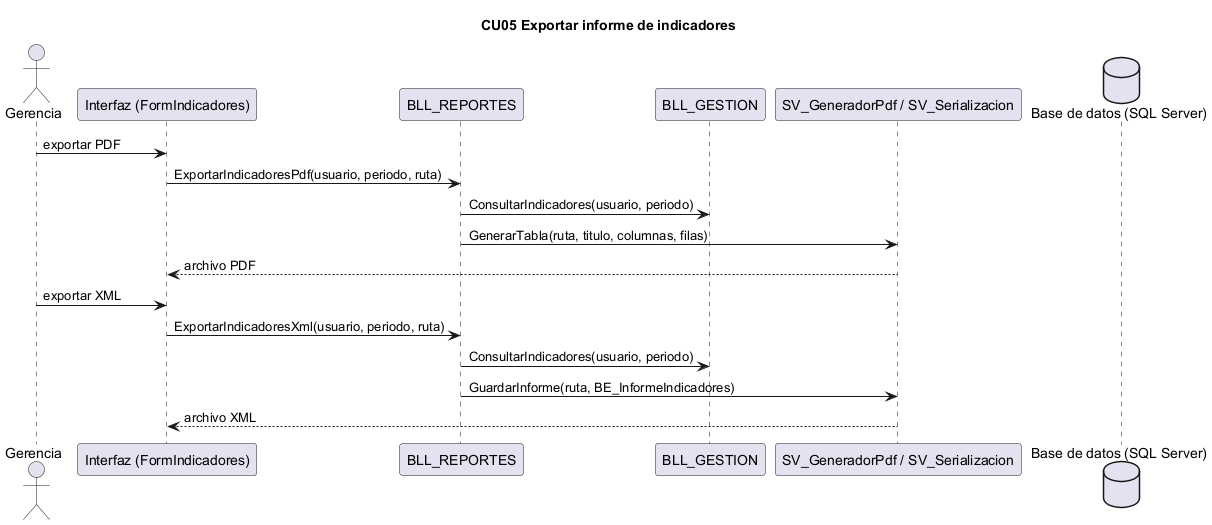
Earlier version of the PlantUML export docs/diagramas/secuencias_png/CU05.png (L-Muniz/uai-diploma_2026).
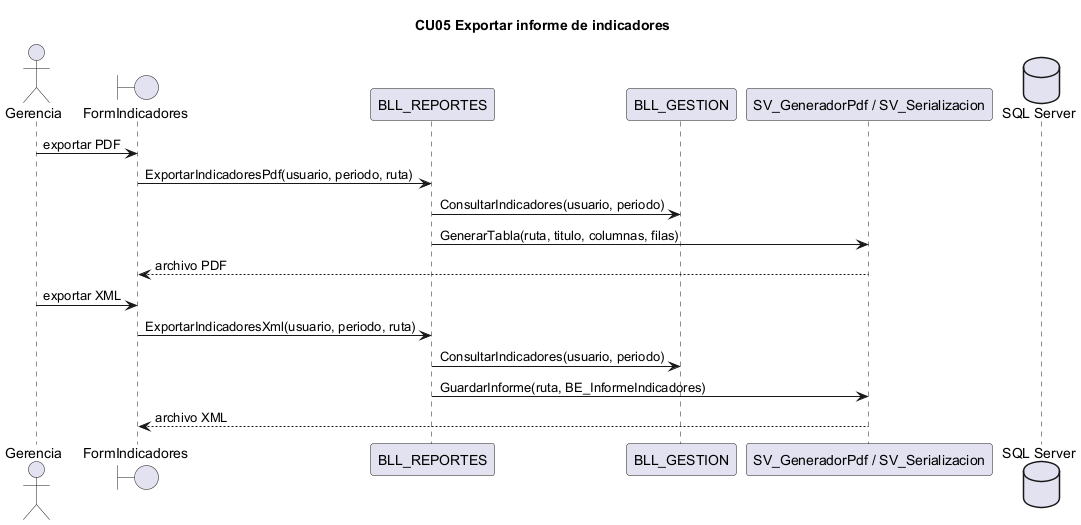
After the change.

The edit, as a diff of the source:
```diff
@@ -1,11 +1,11 @@
 @startuml CU05
 title CU05 Exportar informe de indicadores
 actor Gerencia
-participant "Interfaz (FormIndicadores)" as IU
+boundary "FormIndicadores" as IU
 participant "BLL_REPORTES" as BLL
 participant "BLL_GESTION" as GES
 participant "SV_GeneradorPdf / SV_Serializacion" as SV
-database "Base de datos (SQL Server)" as BD
+database "SQL Server" as BD
 Gerencia -> IU : exportar PDF
 IU -> BLL : ExportarIndicadoresPdf(usuario, periodo, ruta)
 BLL -> GES : ConsultarIndicadores(usuario, periodo)
```
